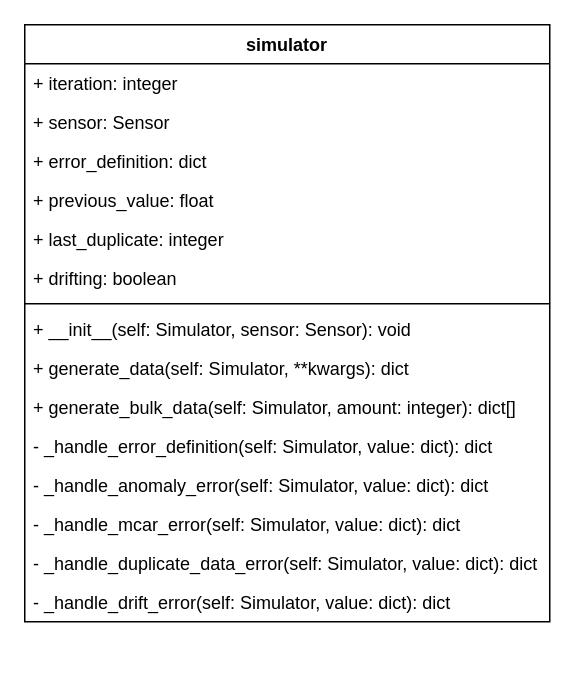
phuonganhcorn/iot-sensor-data-simulator keeps this draw.io diagram as diagrams/simulator_class.drawio. Above is the earlier version. Source tidied: cells renumbered, new cells numbered last; positions are measured from the earlier drawing's top-left corner, leaving out a move shared by most shapes. Both pictures are drawn from the tidied source at 150%, with x=0, y=0 at pixel (24, 24).
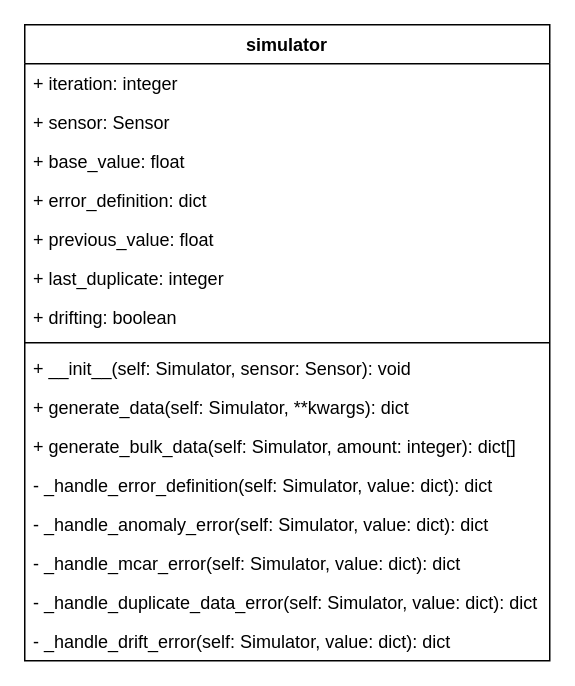
Above is the later version.

Commit message (it also covers changes not shown here):
chore: Remove value extraction

The edit, as a diff of the source:
```diff
@@
 <mxGraphModel>
   <root>
     <mxCell id="0" />
     <mxCell id="1" parent="0" />
     <mxCell id="2" value="simulator" style="swimlane;fontStyle=1;align=center;verticalAlign=top;horizontal=1;startSize=26;" parent="1" vertex="1">
-      <mxGeometry width="350" height="398" as="geometry" />
+      <mxGeometry width="350" height="424" as="geometry" />
     </mxCell>
     <mxCell id="3" value="+ iteration: integer" style="text;strokeColor=none;fillColor=none;align=left;verticalAlign=top;spacingLeft=4;spacingRight=4;overflow=hidden;" parent="2" vertex="1">
       <mxGeometry y="26" width="350" height="26" as="geometry" />
     </mxCell>
     <mxCell id="4" value="+ sensor: Sensor" style="text;strokeColor=none;fillColor=none;align=left;verticalAlign=top;spacingLeft=4;spacingRight=4;overflow=hidden;" parent="2" vertex="1">
       <mxGeometry y="52" width="350" height="26" as="geometry" />
     </mxCell>
+    <mxCell id="18" value="+ base_value: float" style="text;strokeColor=none;fillColor=none;align=left;verticalAlign=top;spacingLeft=4;spacingRight=4;overflow=hidden;" parent="2" vertex="1">
+      <mxGeometry y="78" width="350" height="26" as="geometry" />
+    </mxCell>
     <mxCell id="5" value="+ error_definition: dict&#10;" style="text;strokeColor=none;fillColor=none;align=left;verticalAlign=top;spacingLeft=4;spacingRight=4;overflow=hidden;" parent="2" vertex="1">
-      <mxGeometry y="78" width="350" height="26" as="geometry" />
+      <mxGeometry y="104" width="350" height="26" as="geometry" />
     </mxCell>
     <mxCell id="6" value="+ previous_value: float" style="text;strokeColor=none;fillColor=none;align=left;verticalAlign=top;spacingLeft=4;spacingRight=4;overflow=hidden;" parent="2" vertex="1">
-      <mxGeometry y="104" width="350" height="26" as="geometry" />
+      <mxGeometry y="130" width="350" height="26" as="geometry" />
     </mxCell>
     <mxCell id="7" value="+ last_duplicate: integer" style="text;strokeColor=none;fillColor=none;align=left;verticalAlign=top;spacingLeft=4;spacingRight=4;overflow=hidden;" parent="2" vertex="1">
-      <mxGeometry y="130" width="350" height="26" as="geometry" />
+      <mxGeometry y="156" width="350" height="26" as="geometry" />
     </mxCell>
     <mxCell id="8" value="+ drifting: boolean" style="text;strokeColor=none;fillColor=none;align=left;verticalAlign=top;spacingLeft=4;spacingRight=4;overflow=hidden;" parent="2" vertex="1">
-      <mxGeometry y="156" width="350" height="26" as="geometry" />
+      <mxGeometry y="182" width="350" height="26" as="geometry" />
     </mxCell>
     <mxCell id="9" style="line;strokeWidth=1;fillColor=none;align=left;verticalAlign=middle;spacingTop=-1;spacingLeft=3;spacingRight=3;labelPosition=right;strokeColor=inherit;" parent="2" vertex="1">
-      <mxGeometry y="182" width="350" height="8" as="geometry" />
+      <mxGeometry y="208" width="350" height="8" as="geometry" />
     </mxCell>
     <mxCell id="10" value="+ __init__(self: Simulator, sensor: Sensor): void" style="text;strokeColor=none;fillColor=none;align=left;verticalAlign=top;spacingLeft=4;spacingRight=4;overflow=hidden;" parent="2" vertex="1">
-      <mxGeometry y="190" width="350" height="26" as="geometry" />
+      <mxGeometry y="216" width="350" height="26" as="geometry" />
     </mxCell>
     <mxCell id="11" value="+ generate_data(self: Simulator, **kwargs): dict" style="text;strokeColor=none;fillColor=none;align=left;verticalAlign=top;spacingLeft=4;spacingRight=4;overflow=hidden;" parent="2" vertex="1">
-      <mxGeometry y="216" width="350" height="26" as="geometry" />
+      <mxGeometry y="242" width="350" height="26" as="geometry" />
     </mxCell>
     <mxCell id="12" value="+ generate_bulk_data(self: Simulator, amount: integer): dict[]" style="text;strokeColor=none;fillColor=none;align=left;verticalAlign=top;spacingLeft=4;spacingRight=4;overflow=hidden;" parent="2" vertex="1">
-      <mxGeometry y="242" width="350" height="26" as="geometry" />
+      <mxGeometry y="268" width="350" height="26" as="geometry" />
     </mxCell>
     <mxCell id="13" value="- _handle_error_definition(self: Simulator, value: dict): dict&#10;&#10;" style="text;strokeColor=none;fillColor=none;align=left;verticalAlign=top;spacingLeft=4;spacingRight=4;overflow=hidden;" parent="2" vertex="1">
-      <mxGeometry y="268" width="350" height="26" as="geometry" />
+      <mxGeometry y="294" width="350" height="26" as="geometry" />
     </mxCell>
     <mxCell id="14" value="- _handle_anomaly_error(self: Simulator, value: dict): dict" style="text;strokeColor=none;fillColor=none;align=left;verticalAlign=top;spacingLeft=4;spacingRight=4;overflow=hidden;" parent="2" vertex="1">
-      <mxGeometry y="294" width="350" height="26" as="geometry" />
+      <mxGeometry y="320" width="350" height="26" as="geometry" />
     </mxCell>
     <mxCell id="15" value="- _handle_mcar_error(self: Simulator, value: dict): dict" style="text;strokeColor=none;fillColor=none;align=left;verticalAlign=top;spacingLeft=4;spacingRight=4;overflow=hidden;" parent="2" vertex="1">
-      <mxGeometry y="320" width="350" height="26" as="geometry" />
+      <mxGeometry y="346" width="350" height="26" as="geometry" />
     </mxCell>
     <mxCell id="16" value="- _handle_duplicate_data_error(self: Simulator, value: dict): dict&#10;&#10;" style="text;strokeColor=none;fillColor=none;align=left;verticalAlign=top;spacingLeft=4;spacingRight=4;overflow=hidden;" parent="2" vertex="1">
-      <mxGeometry y="346" width="350" height="26" as="geometry" />
+      <mxGeometry y="372" width="350" height="26" as="geometry" />
     </mxCell>
     <mxCell id="17" value="- _handle_drift_error(self: Simulator, value: dict): dict" style="text;strokeColor=none;fillColor=none;align=left;verticalAlign=top;spacingLeft=4;spacingRight=4;overflow=hidden;" parent="2" vertex="1">
-      <mxGeometry y="372" width="350" height="26" as="geometry" />
+      <mxGeometry y="398" width="350" height="26" as="geometry" />
     </mxCell>
   </root>
 </mxGraphModel>
```
